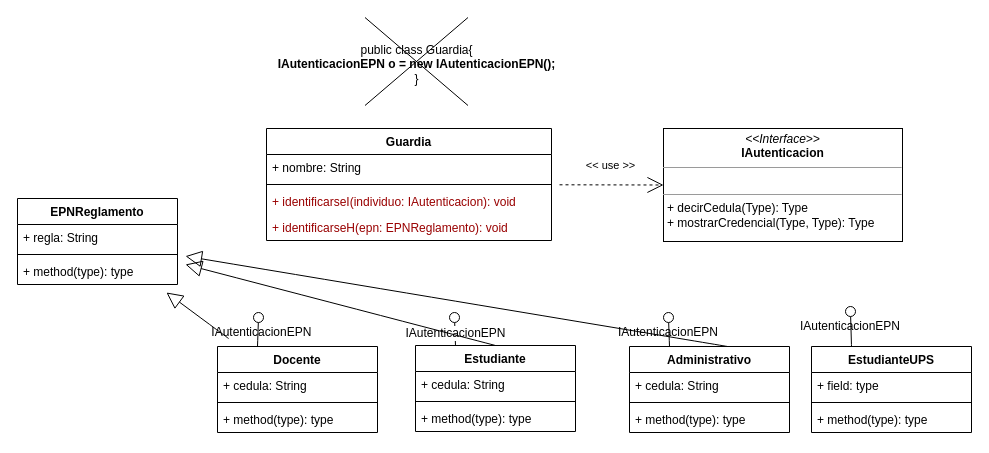
Before: PrjTuti/desing/02InterfazClases.drawio in y-iss/Notes_PII, a draw.io diagram. Source tidied: cells renumbered, new cells numbered last; positions are measured from the earlier drawing's top-left corner, leaving out a move shared by most shapes. Both pictures are drawn from the tidied source at 100%, with x=0, y=0 at pixel (17, 17).
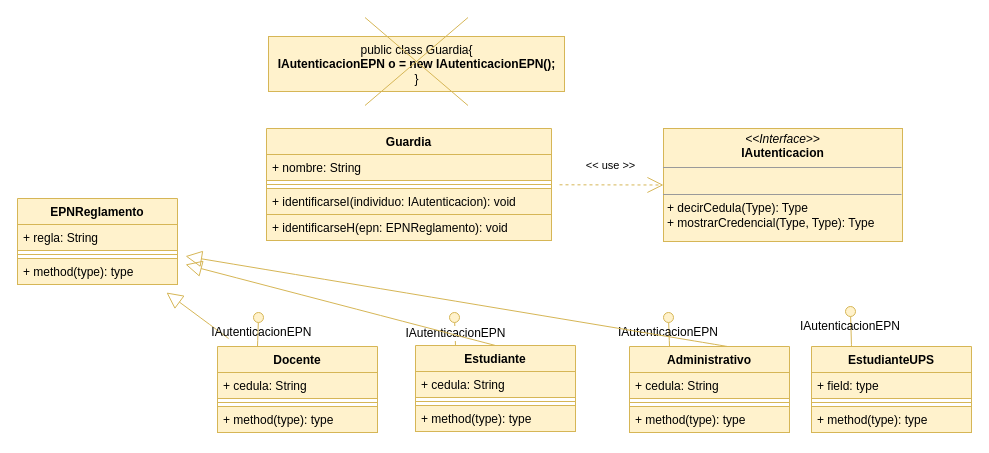
Above is the later version.

Commit message (it also covers changes not shown here):
cambio de nombre

The edit, as a diff of the source:
```diff
@@
-<mxGraphModel>
+<mxGraphModel background="#ffffff">
@@
-    <mxCell id="2" style="edgeStyle=none;curved=1;rounded=0;jettySize=auto;html=1;endArrow=block;startSize=14;endSize=14;sourcePerimeterSpacing=8;targetPerimeterSpacing=8;endFill=0;" parent="1" edge="1" source="3" target="34">
+    <mxCell id="2" style="edgeStyle=none;curved=1;rounded=0;jettySize=auto;html=1;endArrow=block;startSize=14;endSize=14;sourcePerimeterSpacing=8;targetPerimeterSpacing=8;endFill=0;fontColor=#000000;fillColor=#fff2cc;strokeColor=#d6b656;" parent="1" edge="1" source="3" target="34">
       <mxGeometry relative="1" as="geometry" />
     </mxCell>
-    <mxCell id="3" value="Docente" style="swimlane;fontStyle=1;align=center;verticalAlign=top;horizontal=1;startSize=26;" parent="1" vertex="1">
+    <mxCell id="3" value="Docente" style="swimlane;fontStyle=1;align=center;verticalAlign=top;horizontal=1;startSize=26;fillColor=#fff2cc;strokeColor=#d6b656;fontColor=#000000;" parent="1" vertex="1">
       <mxGeometry x="200" y="329" width="160" height="86" as="geometry" />
     </mxCell>
-    <mxCell id="4" value="+ cedula: String" style="text;strokeColor=none;fillColor=none;align=left;verticalAlign=top;spacingLeft=4;spacingRight=4;overflow=hidden;" parent="3" vertex="1">
+    <mxCell id="4" value="+ cedula: String" style="text;align=left;verticalAlign=top;spacingLeft=4;spacingRight=4;overflow=hidden;fillColor=#fff2cc;strokeColor=#d6b656;fontColor=#000000;" parent="3" vertex="1">
       <mxGeometry y="26" width="160" height="26" as="geometry" />
     </mxCell>
-    <mxCell id="5" style="line;strokeWidth=1;fillColor=none;align=left;verticalAlign=middle;spacingTop=-1;spacingLeft=3;spacingRight=3;labelPosition=right;strokeColor=inherit;" parent="3" vertex="1">
+    <mxCell id="5" style="line;strokeWidth=1;align=left;verticalAlign=middle;spacingTop=-1;spacingLeft=3;spacingRight=3;labelPosition=right;fillColor=#fff2cc;strokeColor=#d6b656;fontColor=#000000;" parent="3" vertex="1">
       <mxGeometry y="52" width="160" height="8" as="geometry" />
     </mxCell>
-    <mxCell id="6" value="+ method(type): type" style="text;strokeColor=none;fillColor=none;align=left;verticalAlign=top;spacingLeft=4;spacingRight=4;overflow=hidden;" parent="3" vertex="1">
+    <mxCell id="6" value="+ method(type): type" style="text;align=left;verticalAlign=top;spacingLeft=4;spacingRight=4;overflow=hidden;fillColor=#fff2cc;strokeColor=#d6b656;fontColor=#000000;" parent="3" vertex="1">
       <mxGeometry y="60" width="160" height="26" as="geometry" />
     </mxCell>
-    <mxCell id="7" value="Estudiante" style="swimlane;fontStyle=1;align=center;verticalAlign=top;horizontal=1;startSize=26;" parent="1" vertex="1">
+    <mxCell id="7" value="Estudiante" style="swimlane;fontStyle=1;align=center;verticalAlign=top;horizontal=1;startSize=26;fillColor=#fff2cc;strokeColor=#d6b656;fontColor=#000000;" parent="1" vertex="1">
       <mxGeometry x="398" y="328" width="160" height="86" as="geometry" />
     </mxCell>
-    <mxCell id="8" value="+ cedula: String" style="text;strokeColor=none;fillColor=none;align=left;verticalAlign=top;spacingLeft=4;spacingRight=4;overflow=hidden;" parent="7" vertex="1">
+    <mxCell id="8" value="+ cedula: String" style="text;align=left;verticalAlign=top;spacingLeft=4;spacingRight=4;overflow=hidden;fillColor=#fff2cc;strokeColor=#d6b656;fontColor=#000000;" parent="7" vertex="1">
       <mxGeometry y="26" width="160" height="26" as="geometry" />
     </mxCell>
-    <mxCell id="9" style="line;strokeWidth=1;fillColor=none;align=left;verticalAlign=middle;spacingTop=-1;spacingLeft=3;spacingRight=3;labelPosition=right;strokeColor=inherit;" parent="7" vertex="1">
+    <mxCell id="9" style="line;strokeWidth=1;align=left;verticalAlign=middle;spacingTop=-1;spacingLeft=3;spacingRight=3;labelPosition=right;fillColor=#fff2cc;strokeColor=#d6b656;fontColor=#000000;" parent="7" vertex="1">
       <mxGeometry y="52" width="160" height="8" as="geometry" />
     </mxCell>
-    <mxCell id="10" value="+ method(type): type" style="text;strokeColor=none;fillColor=none;align=left;verticalAlign=top;spacingLeft=4;spacingRight=4;overflow=hidden;" parent="7" vertex="1">
+    <mxCell id="10" value="+ method(type): type" style="text;align=left;verticalAlign=top;spacingLeft=4;spacingRight=4;overflow=hidden;fillColor=#fff2cc;strokeColor=#d6b656;fontColor=#000000;" parent="7" vertex="1">
       <mxGeometry y="60" width="160" height="26" as="geometry" />
     </mxCell>
-    <mxCell id="11" value="Administrativo" style="swimlane;fontStyle=1;align=center;verticalAlign=top;horizontal=1;startSize=26;" parent="1" vertex="1">
+    <mxCell id="11" value="Administrativo" style="swimlane;fontStyle=1;align=center;verticalAlign=top;horizontal=1;startSize=26;fillColor=#fff2cc;strokeColor=#d6b656;fontColor=#000000;" parent="1" vertex="1">
       <mxGeometry x="612" y="329" width="160" height="86" as="geometry" />
     </mxCell>
-    <mxCell id="12" value="+ cedula: String" style="text;strokeColor=none;fillColor=none;align=left;verticalAlign=top;spacingLeft=4;spacingRight=4;overflow=hidden;" parent="11" vertex="1">
+    <mxCell id="12" value="+ cedula: String" style="text;align=left;verticalAlign=top;spacingLeft=4;spacingRight=4;overflow=hidden;fillColor=#fff2cc;strokeColor=#d6b656;fontColor=#000000;" parent="11" vertex="1">
       <mxGeometry y="26" width="160" height="26" as="geometry" />
     </mxCell>
-    <mxCell id="13" style="line;strokeWidth=1;fillColor=none;align=left;verticalAlign=middle;spacingTop=-1;spacingLeft=3;spacingRight=3;labelPosition=right;strokeColor=inherit;" parent="11" vertex="1">
+    <mxCell id="13" style="line;strokeWidth=1;align=left;verticalAlign=middle;spacingTop=-1;spacingLeft=3;spacingRight=3;labelPosition=right;fillColor=#fff2cc;strokeColor=#d6b656;fontColor=#000000;" parent="11" vertex="1">
       <mxGeometry y="52" width="160" height="8" as="geometry" />
     </mxCell>
-    <mxCell id="14" value="+ method(type): type" style="text;strokeColor=none;fillColor=none;align=left;verticalAlign=top;spacingLeft=4;spacingRight=4;overflow=hidden;" parent="11" vertex="1">
+    <mxCell id="14" value="+ method(type): type" style="text;align=left;verticalAlign=top;spacingLeft=4;spacingRight=4;overflow=hidden;fillColor=#fff2cc;strokeColor=#d6b656;fontColor=#000000;" parent="11" vertex="1">
       <mxGeometry y="60" width="160" height="26" as="geometry" />
     </mxCell>
-    <mxCell id="15" style="rounded=0;jettySize=auto;html=1;endArrow=none;endFill=0;sketch=0;sourcePerimeterSpacing=0;targetPerimeterSpacing=0;startSize=14;endSize=14;curved=1;exitX=0.25;exitY=0;exitDx=0;exitDy=0;" parent="1" edge="1" source="3" target="16">
+    <mxCell id="15" style="rounded=0;jettySize=auto;html=1;endArrow=none;endFill=0;sketch=0;sourcePerimeterSpacing=0;targetPerimeterSpacing=0;startSize=14;endSize=14;curved=1;exitX=0.25;exitY=0;exitDx=0;exitDy=0;fontColor=#000000;fillColor=#fff2cc;strokeColor=#d6b656;" parent="1" edge="1" source="3" target="16">
       <mxGeometry relative="1" as="geometry" />
     </mxCell>
-    <mxCell id="16" value="&lt;br&gt;&lt;br&gt;&amp;nbsp;&amp;nbsp;&lt;span style=&quot;border-color: var(--border-color);&quot;&gt;IAutenticacionEPN&lt;/span&gt;" style="ellipse;whiteSpace=wrap;html=1;align=center;points=[];outlineConnect=0;sketch=0;" parent="1" vertex="1">
+    <mxCell id="16" value="&lt;br&gt;&lt;br&gt;&amp;nbsp;&amp;nbsp;&lt;span style=&quot;border-color: var(--border-color);&quot;&gt;IAutenticacionEPN&lt;/span&gt;" style="ellipse;whiteSpace=wrap;html=1;align=center;points=[];outlineConnect=0;sketch=0;fillColor=#fff2cc;strokeColor=#d6b656;fontColor=#000000;" parent="1" vertex="1">
       <mxGeometry x="236" y="295" width="10" height="10" as="geometry" />
     </mxCell>
-    <mxCell id="17" value="&lt;p style=&quot;margin:0px;margin-top:4px;text-align:center;&quot;&gt;&lt;i&gt;&amp;lt;&amp;lt;Interface&amp;gt;&amp;gt;&lt;/i&gt;&lt;br&gt;&lt;b&gt;IAutenticacion&lt;/b&gt;&lt;/p&gt;&lt;hr size=&quot;1&quot;&gt;&lt;p style=&quot;margin:0px;margin-left:4px;&quot;&gt;&lt;br&gt;&lt;/p&gt;&lt;hr size=&quot;1&quot;&gt;&lt;p style=&quot;margin:0px;margin-left:4px;&quot;&gt;+ decirCedula(Type): Type&lt;br&gt;+ mostrarCredencial(Type, Type): Type&lt;/p&gt;" style="verticalAlign=top;align=left;overflow=fill;fontSize=12;fontFamily=Helvetica;html=1;" parent="1" vertex="1">
+    <mxCell id="17" value="&lt;p style=&quot;margin:0px;margin-top:4px;text-align:center;&quot;&gt;&lt;i&gt;&amp;lt;&amp;lt;Interface&amp;gt;&amp;gt;&lt;/i&gt;&lt;br&gt;&lt;b&gt;IAutenticacion&lt;/b&gt;&lt;/p&gt;&lt;hr size=&quot;1&quot;&gt;&lt;p style=&quot;margin:0px;margin-left:4px;&quot;&gt;&lt;br&gt;&lt;/p&gt;&lt;hr size=&quot;1&quot;&gt;&lt;p style=&quot;margin:0px;margin-left:4px;&quot;&gt;+ decirCedula(Type): Type&lt;br&gt;+ mostrarCredencial(Type, Type): Type&lt;/p&gt;" style="verticalAlign=top;align=left;overflow=fill;fontSize=12;fontFamily=Helvetica;html=1;fillColor=#fff2cc;strokeColor=#d6b656;fontColor=#000000;" parent="1" vertex="1">
       <mxGeometry x="646" y="111" width="239" height="113" as="geometry" />
     </mxCell>
-    <mxCell id="18" value="&amp;lt;&amp;lt; use &amp;gt;&amp;gt;" style="rounded=0;jettySize=auto;html=1;entryX=0;entryY=0.5;entryDx=0;entryDy=0;endArrow=open;startSize=14;endSize=14;sourcePerimeterSpacing=8;targetPerimeterSpacing=8;dashed=1;" parent="1" edge="1" source="19" target="17">
+    <mxCell id="18" value="&amp;lt;&amp;lt; use &amp;gt;&amp;gt;" style="rounded=0;jettySize=auto;html=1;entryX=0;entryY=0.5;entryDx=0;entryDy=0;endArrow=open;startSize=14;endSize=14;sourcePerimeterSpacing=8;targetPerimeterSpacing=8;dashed=1;fontColor=#000000;fillColor=#fff2cc;strokeColor=#d6b656;labelBackgroundColor=#FFFFFF;" parent="1" edge="1" source="19" target="17">
       <mxGeometry x="-0.02" y="19" relative="1" as="geometry" />
     </mxCell>
-    <mxCell id="19" value="Guardia" style="swimlane;fontStyle=1;align=center;verticalAlign=top;horizontal=1;startSize=26;" parent="1" vertex="1">
+    <mxCell id="19" value="Guardia" style="swimlane;fontStyle=1;align=center;verticalAlign=top;horizontal=1;startSize=26;fillColor=#fff2cc;strokeColor=#d6b656;fontColor=#000000;" parent="1" vertex="1">
       <mxGeometry x="249" y="111" width="285" height="112" as="geometry" />
     </mxCell>
-    <mxCell id="20" value="+ nombre: String" style="text;strokeColor=none;fillColor=none;align=left;verticalAlign=top;spacingLeft=4;spacingRight=4;overflow=hidden;" parent="19" vertex="1">
+    <mxCell id="20" value="+ nombre: String" style="text;align=left;verticalAlign=top;spacingLeft=4;spacingRight=4;overflow=hidden;fillColor=#fff2cc;strokeColor=#d6b656;fontColor=#000000;" parent="19" vertex="1">
       <mxGeometry y="26" width="285" height="26" as="geometry" />
     </mxCell>
-    <mxCell id="21" style="line;strokeWidth=1;fillColor=none;align=left;verticalAlign=middle;spacingTop=-1;spacingLeft=3;spacingRight=3;labelPosition=right;strokeColor=inherit;" parent="19" vertex="1">
+    <mxCell id="21" style="line;strokeWidth=1;align=left;verticalAlign=middle;spacingTop=-1;spacingLeft=3;spacingRight=3;labelPosition=right;fillColor=#fff2cc;strokeColor=#d6b656;fontColor=#000000;" parent="19" vertex="1">
       <mxGeometry y="52" width="285" height="8" as="geometry" />
     </mxCell>
-    <mxCell id="22" value="+ identificarseI(individuo: IAutenticacion): void" style="text;strokeColor=none;fillColor=none;align=left;verticalAlign=top;spacingLeft=4;spacingRight=4;overflow=hidden;fontColor=#990000;" parent="19" vertex="1">
+    <mxCell id="22" value="+ identificarseI(individuo: IAutenticacion): void" style="text;align=left;verticalAlign=top;spacingLeft=4;spacingRight=4;overflow=hidden;fillColor=#fff2cc;strokeColor=#d6b656;fontColor=#000000;" parent="19" vertex="1">
       <mxGeometry y="60" width="285" height="26" as="geometry" />
     </mxCell>
-    <mxCell id="23" value="+ identificarseH(epn: EPNReglamento): void" style="text;strokeColor=none;fillColor=none;align=left;verticalAlign=top;spacingLeft=4;spacingRight=4;overflow=hidden;fontColor=#990000;" parent="19" vertex="1">
+    <mxCell id="23" value="+ identificarseH(epn: EPNReglamento): void" style="text;align=left;verticalAlign=top;spacingLeft=4;spacingRight=4;overflow=hidden;fillColor=#fff2cc;strokeColor=#d6b656;fontColor=#000000;" parent="19" vertex="1">
       <mxGeometry y="86" width="285" height="26" as="geometry" />
     </mxCell>
-    <mxCell id="24" value="EstudianteUPS" style="swimlane;fontStyle=1;align=center;verticalAlign=top;horizontal=1;startSize=26;" parent="1" vertex="1">
+    <mxCell id="24" value="EstudianteUPS" style="swimlane;fontStyle=1;align=center;verticalAlign=top;horizontal=1;startSize=26;fillColor=#fff2cc;strokeColor=#d6b656;fontColor=#000000;" parent="1" vertex="1">
       <mxGeometry x="794" y="329" width="160" height="86" as="geometry" />
     </mxCell>
-    <mxCell id="25" value="+ field: type" style="text;strokeColor=none;fillColor=none;align=left;verticalAlign=top;spacingLeft=4;spacingRight=4;overflow=hidden;" parent="24" vertex="1">
+    <mxCell id="25" value="+ field: type" style="text;align=left;verticalAlign=top;spacingLeft=4;spacingRight=4;overflow=hidden;fillColor=#fff2cc;strokeColor=#d6b656;fontColor=#000000;" parent="24" vertex="1">
       <mxGeometry y="26" width="160" height="26" as="geometry" />
     </mxCell>
-    <mxCell id="26" style="line;strokeWidth=1;fillColor=none;align=left;verticalAlign=middle;spacingTop=-1;spacingLeft=3;spacingRight=3;labelPosition=right;strokeColor=inherit;" parent="24" vertex="1">
+    <mxCell id="26" style="line;strokeWidth=1;align=left;verticalAlign=middle;spacingTop=-1;spacingLeft=3;spacingRight=3;labelPosition=right;fillColor=#fff2cc;strokeColor=#d6b656;fontColor=#000000;" parent="24" vertex="1">
       <mxGeometry y="52" width="160" height="8" as="geometry" />
     </mxCell>
-    <mxCell id="27" value="+ method(type): type" style="text;strokeColor=none;fillColor=none;align=left;verticalAlign=top;spacingLeft=4;spacingRight=4;overflow=hidden;" parent="24" vertex="1">
+    <mxCell id="27" value="+ method(type): type" style="text;align=left;verticalAlign=top;spacingLeft=4;spacingRight=4;overflow=hidden;fillColor=#fff2cc;strokeColor=#d6b656;fontColor=#000000;" parent="24" vertex="1">
       <mxGeometry y="60" width="160" height="26" as="geometry" />
     </mxCell>
-    <mxCell id="28" value="&lt;span style=&quot;font-size: 12px;&quot;&gt;IAutenticacionEPN&lt;/span&gt;" style="rounded=0;jettySize=auto;html=1;endArrow=none;endFill=0;sketch=0;sourcePerimeterSpacing=0;targetPerimeterSpacing=0;startSize=14;endSize=14;curved=1;exitX=0.25;exitY=0;exitDx=0;exitDy=0;" parent="1" edge="1" source="7" target="29">
+    <mxCell id="28" value="&lt;span style=&quot;font-size: 12px;&quot;&gt;IAutenticacionEPN&lt;/span&gt;" style="rounded=0;jettySize=auto;html=1;endArrow=none;endFill=0;sketch=0;sourcePerimeterSpacing=0;targetPerimeterSpacing=0;startSize=14;endSize=14;curved=1;exitX=0.25;exitY=0;exitDx=0;exitDy=0;fontColor=#000000;fillColor=#fff2cc;strokeColor=#d6b656;labelBackgroundColor=#FFFFFF;" parent="1" edge="1" source="7" target="29">
       <mxGeometry relative="1" as="geometry" />
     </mxCell>
-    <mxCell id="29" style="ellipse;whiteSpace=wrap;html=1;align=center;points=[];outlineConnect=0;sketch=0;" parent="1" vertex="1">
+    <mxCell id="29" style="ellipse;whiteSpace=wrap;html=1;align=center;points=[];outlineConnect=0;sketch=0;fillColor=#fff2cc;strokeColor=#d6b656;fontColor=#000000;" parent="1" vertex="1">
       <mxGeometry x="432" y="295" width="10" height="10" as="geometry" />
     </mxCell>
-    <mxCell id="30" style="rounded=0;jettySize=auto;html=1;endArrow=none;endFill=0;sketch=0;sourcePerimeterSpacing=0;targetPerimeterSpacing=0;startSize=14;endSize=14;curved=1;exitX=0.25;exitY=0;exitDx=0;exitDy=0;" parent="1" edge="1" source="11" target="31">
+    <mxCell id="30" style="rounded=0;jettySize=auto;html=1;endArrow=none;endFill=0;sketch=0;sourcePerimeterSpacing=0;targetPerimeterSpacing=0;startSize=14;endSize=14;curved=1;exitX=0.25;exitY=0;exitDx=0;exitDy=0;fontColor=#000000;fillColor=#fff2cc;strokeColor=#d6b656;" parent="1" edge="1" source="11" target="31">
       <mxGeometry relative="1" as="geometry" />
     </mxCell>
-    <mxCell id="31" value="&lt;br&gt;&lt;br&gt;IAutenticacionEPN" style="ellipse;whiteSpace=wrap;html=1;align=center;points=[];outlineConnect=0;sketch=0;" parent="1" vertex="1">
+    <mxCell id="31" value="&lt;br&gt;&lt;br&gt;IAutenticacionEPN" style="ellipse;whiteSpace=wrap;html=1;align=center;points=[];outlineConnect=0;sketch=0;fillColor=#fff2cc;strokeColor=#d6b656;fontColor=#000000;" parent="1" vertex="1">
       <mxGeometry x="646" y="295" width="10" height="10" as="geometry" />
     </mxCell>
-    <mxCell id="32" value="public class Guardia{&lt;br&gt;&lt;b style=&quot;border-color: var(--border-color);&quot;&gt;IAutenticacionEPN o = new&amp;nbsp;&lt;/b&gt;&lt;b style=&quot;border-color: var(--border-color);&quot;&gt;IAutenticacionEPN();&lt;/b&gt;&lt;br&gt;}" style="text;html=1;align=center;verticalAlign=middle;strokeColor=none;fillColor=none;" parent="1" vertex="1">
+    <mxCell id="32" value="public class Guardia{&lt;br&gt;&lt;b style=&quot;border-color: var(--border-color);&quot;&gt;IAutenticacionEPN o = new&amp;nbsp;&lt;/b&gt;&lt;b style=&quot;border-color: var(--border-color);&quot;&gt;IAutenticacionEPN();&lt;/b&gt;&lt;br&gt;}" style="text;html=1;align=center;verticalAlign=middle;fillColor=#fff2cc;strokeColor=#d6b656;fontColor=#000000;" parent="1" vertex="1">
       <mxGeometry x="251" y="19" width="296" height="55" as="geometry" />
     </mxCell>
-    <mxCell id="33" style="shape=umlDestroy;" parent="1" vertex="1">
+    <mxCell id="33" style="shape=umlDestroy;fillColor=#fff2cc;strokeColor=#d6b656;fontColor=#000000;" parent="1" vertex="1">
       <mxGeometry x="347.5" width="103" height="88" as="geometry" />
     </mxCell>
-    <mxCell id="34" value="EPNReglamento" style="swimlane;fontStyle=1;align=center;verticalAlign=top;horizontal=1;startSize=26;" parent="1" vertex="1">
+    <mxCell id="34" value="EPNReglamento" style="swimlane;fontStyle=1;align=center;verticalAlign=top;horizontal=1;startSize=26;fillColor=#fff2cc;strokeColor=#d6b656;fontColor=#000000;" parent="1" vertex="1">
       <mxGeometry y="181" width="160" height="86" as="geometry" />
     </mxCell>
-    <mxCell id="35" value="+ regla: String" style="text;strokeColor=none;fillColor=none;align=left;verticalAlign=top;spacingLeft=4;spacingRight=4;overflow=hidden;" parent="34" vertex="1">
+    <mxCell id="35" value="+ regla: String" style="text;align=left;verticalAlign=top;spacingLeft=4;spacingRight=4;overflow=hidden;fillColor=#fff2cc;strokeColor=#d6b656;fontColor=#000000;" parent="34" vertex="1">
       <mxGeometry y="26" width="160" height="26" as="geometry" />
     </mxCell>
-    <mxCell id="36" style="line;strokeWidth=1;fillColor=none;align=left;verticalAlign=middle;spacingTop=-1;spacingLeft=3;spacingRight=3;labelPosition=right;strokeColor=inherit;" parent="34" vertex="1">
+    <mxCell id="36" style="line;strokeWidth=1;align=left;verticalAlign=middle;spacingTop=-1;spacingLeft=3;spacingRight=3;labelPosition=right;fillColor=#fff2cc;strokeColor=#d6b656;fontColor=#000000;" parent="34" vertex="1">
       <mxGeometry y="52" width="160" height="8" as="geometry" />
     </mxCell>
-    <mxCell id="37" value="+ method(type): type" style="text;strokeColor=none;fillColor=none;align=left;verticalAlign=top;spacingLeft=4;spacingRight=4;overflow=hidden;" parent="34" vertex="1">
+    <mxCell id="37" value="+ method(type): type" style="text;align=left;verticalAlign=top;spacingLeft=4;spacingRight=4;overflow=hidden;fillColor=#fff2cc;strokeColor=#d6b656;fontColor=#000000;" parent="34" vertex="1">
       <mxGeometry y="60" width="160" height="26" as="geometry" />
     </mxCell>
-    <mxCell id="38" style="edgeStyle=none;curved=1;rounded=0;jettySize=auto;html=1;endArrow=block;startSize=14;endSize=14;sourcePerimeterSpacing=8;targetPerimeterSpacing=8;endFill=0;exitX=0.5;exitY=0;exitDx=0;exitDy=0;" parent="1" edge="1" source="7" target="34">
+    <mxCell id="38" style="edgeStyle=none;curved=1;rounded=0;jettySize=auto;html=1;endArrow=block;startSize=14;endSize=14;sourcePerimeterSpacing=8;targetPerimeterSpacing=8;endFill=0;exitX=0.5;exitY=0;exitDx=0;exitDy=0;fontColor=#000000;fillColor=#fff2cc;strokeColor=#d6b656;labelBackgroundColor=#FFFFFF;" parent="1" edge="1" source="7" target="34">
       <mxGeometry relative="1" as="geometry" />
     </mxCell>
-    <mxCell id="39" style="edgeStyle=none;curved=1;rounded=0;jettySize=auto;html=1;endArrow=block;startSize=14;endSize=14;sourcePerimeterSpacing=8;targetPerimeterSpacing=8;endFill=0;exitX=0.613;exitY=0;exitDx=0;exitDy=0;exitPerimeter=0;" parent="1" edge="1" source="11" target="34">
+    <mxCell id="39" style="edgeStyle=none;curved=1;rounded=0;jettySize=auto;html=1;endArrow=block;startSize=14;endSize=14;sourcePerimeterSpacing=8;targetPerimeterSpacing=8;endFill=0;exitX=0.613;exitY=0;exitDx=0;exitDy=0;exitPerimeter=0;fontColor=#000000;fillColor=#fff2cc;strokeColor=#d6b656;" parent="1" edge="1" source="11" target="34">
       <mxGeometry relative="1" as="geometry" />
     </mxCell>
-    <mxCell id="40" style="rounded=0;jettySize=auto;html=1;endArrow=none;endFill=0;sketch=0;sourcePerimeterSpacing=0;targetPerimeterSpacing=0;startSize=14;endSize=14;curved=1;exitX=0.25;exitY=0;exitDx=0;exitDy=0;" parent="1" edge="1" source="24" target="41">
+    <mxCell id="40" style="rounded=0;jettySize=auto;html=1;endArrow=none;endFill=0;sketch=0;sourcePerimeterSpacing=0;targetPerimeterSpacing=0;startSize=14;endSize=14;curved=1;exitX=0.25;exitY=0;exitDx=0;exitDy=0;fontColor=#000000;fillColor=#fff2cc;strokeColor=#d6b656;" parent="1" edge="1" source="24" target="41">
       <mxGeometry relative="1" as="geometry" />
     </mxCell>
-    <mxCell id="41" value="&lt;br&gt;&lt;br&gt;IAutenticacionEPN" style="ellipse;whiteSpace=wrap;html=1;align=center;points=[];outlineConnect=0;sketch=0;" parent="1" vertex="1">
+    <mxCell id="41" value="&lt;br&gt;&lt;br&gt;IAutenticacionEPN" style="ellipse;whiteSpace=wrap;html=1;align=center;points=[];outlineConnect=0;sketch=0;fillColor=#fff2cc;strokeColor=#d6b656;fontColor=#000000;" parent="1" vertex="1">
       <mxGeometry x="828" y="289" width="10" height="10" as="geometry" />
     </mxCell>
```
